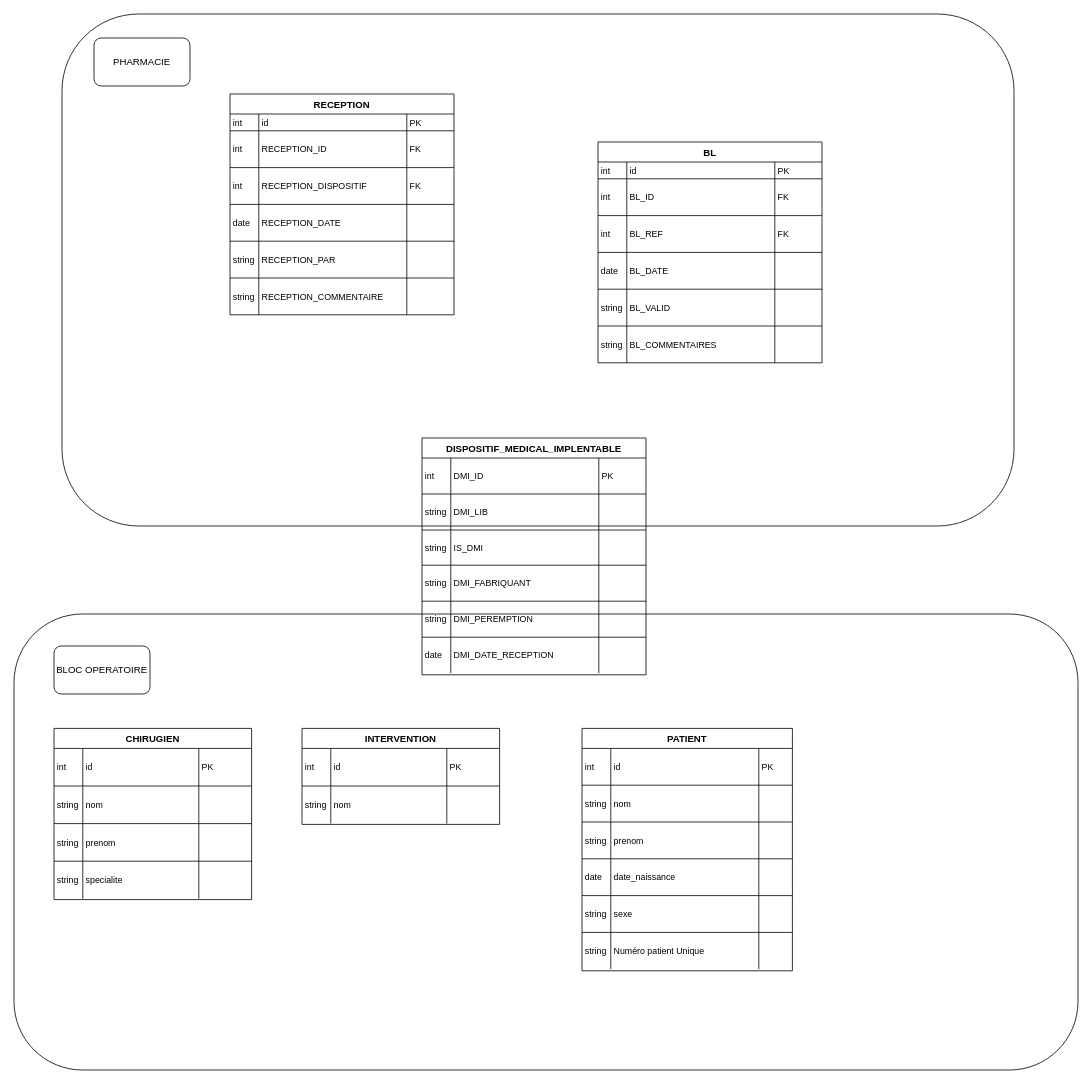
antikkorps/schema_reception keeps this draw.io diagram as schema_reception.drawio. Above is the earlier version. Source tidied: cells renumbered, new cells numbered last; positions are measured from the earlier drawing's top-left corner, leaving out a move shared by most shapes. Both pictures are drawn from the tidied source at 80%, with x=0, y=0 at pixel (14, 14).
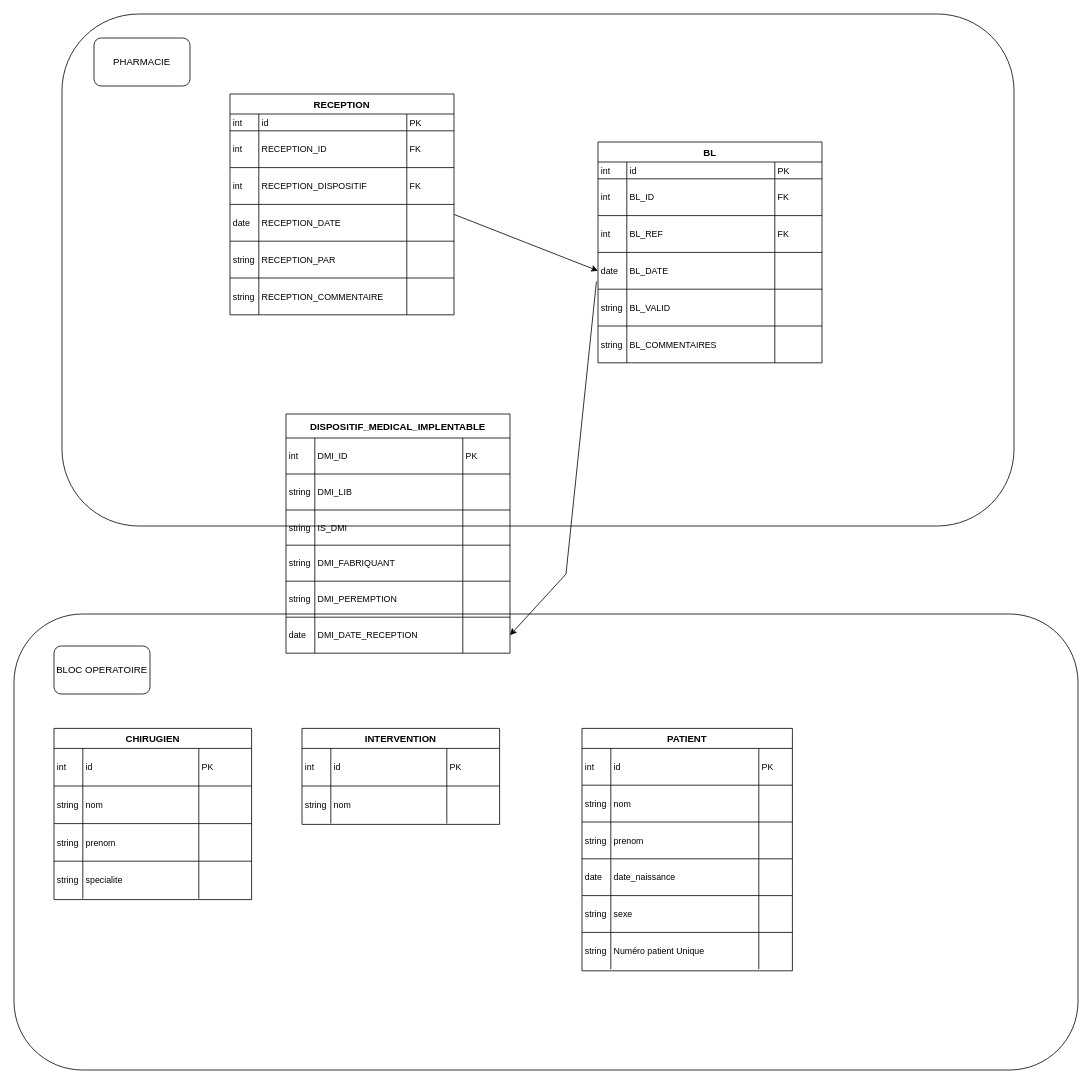
The same diagram, later.

Commit message:
Mettre à jour schema_reception.drawio

Unchanged cells that the change refers to:
```xml
<mxCell id="67" style="shape=tableRow;horizontal=0;startSize=0;swimlaneHead=0;swimlaneBody=0;fillColor=none;points=[[0,0.5],[1,0.5]];portConstraint=eastwest;top=0;left=0;right=0;bottom=0;" parent="54" vertex="1">
  <mxGeometry y="138" width="280" height="46" as="geometry" />
</mxCell>
<mxCell id="120" style="shape=tableRow;horizontal=0;startSize=0;swimlaneHead=0;swimlaneBody=0;fillColor=none;points=[[0,0.5],[1,0.5]];portConstraint=eastwest;top=0;left=0;right=0;bottom=0;" parent="107" vertex="1">
  <mxGeometry y="138" width="280" height="46" as="geometry" />
</mxCell>
```

The edit, as a diff of the source:
```diff
@@
-    <mxCell id="29" value="DISPOSITIF_MEDICAL_IMPLENTABLE" style="shape=table;startSize=25;childLayout=tableLayout;rowLines=1;fontStyle=1;align=center;" parent="1" vertex="1">
-      <mxGeometry x="510" y="530" width="280" height="296" as="geometry" />
+    <mxCell id="29" value="DISPOSITIF_MEDICAL_IMPLENTABLE" style="shape=table;startSize=30;childLayout=tableLayout;rowLines=1;fontStyle=1;align=center;" parent="1" vertex="1">
+      <mxGeometry x="340" y="500" width="280" height="299" as="geometry" />
     </mxCell>
     <mxCell id="30" style="shape=tableRow;horizontal=0;startSize=0;swimlaneHead=0;swimlaneBody=0;fillColor=none;top=0;left=0;right=0;bottom=0;" parent="29" vertex="1">
-      <mxGeometry y="25" width="280" height="45" as="geometry" />
+      <mxGeometry y="30" width="280" height="45" as="geometry" />
     </mxCell>
@@
     <mxCell id="34" style="shape=tableRow;horizontal=0;startSize=0;swimlaneHead=0;swimlaneBody=0;fillColor=none;top=0;left=0;right=0;bottom=0;" parent="29" vertex="1">
-      <mxGeometry y="70" width="280" height="45" as="geometry" />
+      <mxGeometry y="75" width="280" height="45" as="geometry" />
     </mxCell>
@@
     <mxCell id="38" style="shape=tableRow;horizontal=0;startSize=0;swimlaneHead=0;swimlaneBody=0;fillColor=none;top=0;left=0;right=0;bottom=0;" parent="29" vertex="1">
-      <mxGeometry y="115" width="280" height="44" as="geometry" />
+      <mxGeometry y="120" width="280" height="44" as="geometry" />
     </mxCell>
@@
     <mxCell id="42" style="shape=tableRow;horizontal=0;startSize=0;swimlaneHead=0;swimlaneBody=0;fillColor=none;top=0;left=0;right=0;bottom=0;" parent="29" vertex="1">
-      <mxGeometry y="159" width="280" height="45" as="geometry" />
+      <mxGeometry y="164" width="280" height="45" as="geometry" />
     </mxCell>
@@
     <mxCell id="46" style="shape=tableRow;horizontal=0;startSize=0;swimlaneHead=0;swimlaneBody=0;fillColor=none;top=0;left=0;right=0;bottom=0;" parent="29" vertex="1">
-      <mxGeometry y="204" width="280" height="45" as="geometry" />
+      <mxGeometry y="209" width="280" height="45" as="geometry" />
     </mxCell>
@@
     <mxCell id="50" style="shape=tableRow;horizontal=0;startSize=0;swimlaneHead=0;swimlaneBody=0;fillColor=none;points=[[0,0.5],[1,0.5]];portConstraint=eastwest;top=0;left=0;right=0;bottom=0;" parent="29" vertex="1">
-      <mxGeometry y="249" width="280" height="45" as="geometry" />
+      <mxGeometry y="254" width="280" height="45" as="geometry" />
     </mxCell>
@@
+    <mxCell id="132" style="endArrow=classic;html=1;rounded=0;entryX=0;entryY=0.5;entryDx=0;entryDy=0;exitX=1;exitY=0.272;exitDx=0;exitDy=0;exitPerimeter=0;" parent="1" edge="1" source="67" target="120">
+      <mxGeometry relative="1" as="geometry" />
+    </mxCell>
+    <mxCell id="133" style="endArrow=classic;html=1;rounded=0;exitX=-0.007;exitY=0.793;exitDx=0;exitDy=0;exitPerimeter=0;entryX=1;entryY=0.5;entryDx=0;entryDy=0;" parent="1" edge="1" source="120" target="50">
+      <mxGeometry relative="1" as="geometry">
+        <Array as="points">
+          <mxPoint x="690" y="700" />
+        </Array>
+      </mxGeometry>
+    </mxCell>
```
